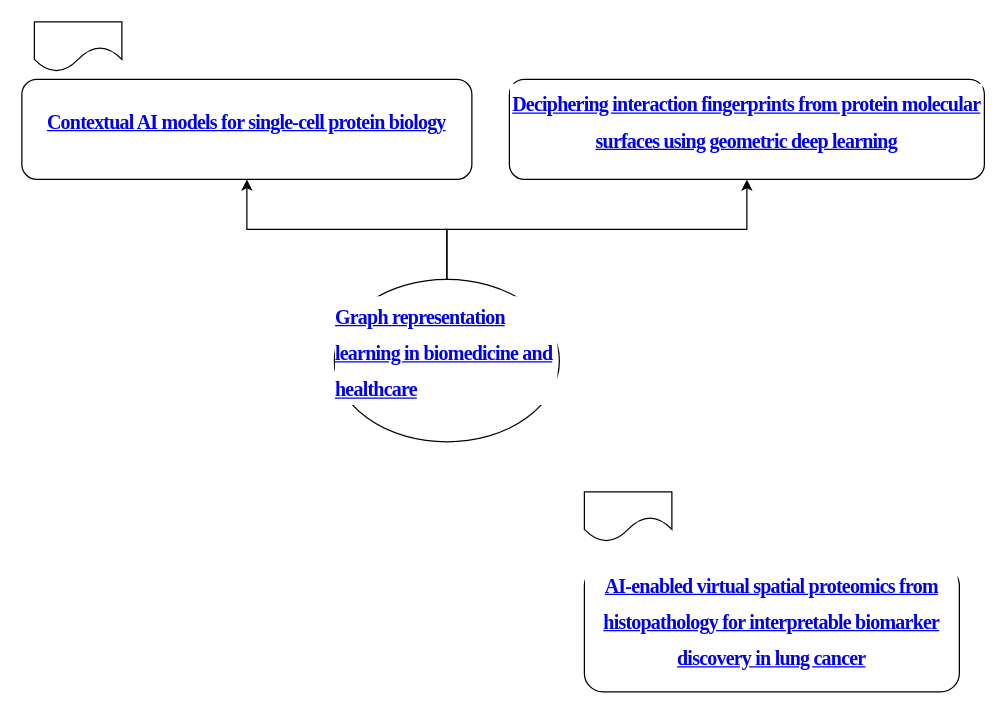
liqingbioinfo/Presentations_Public keeps this draw.io diagram as Articles/Key_articles_links.drawio. Above is the earlier version. Source tidied: cells renumbered, new cells numbered last; positions are measured from the earlier drawing's top-left corner, leaving out a move shared by most shapes. Both pictures are drawn from the tidied source at 125%, with x=0, y=0 at pixel (21, 21).
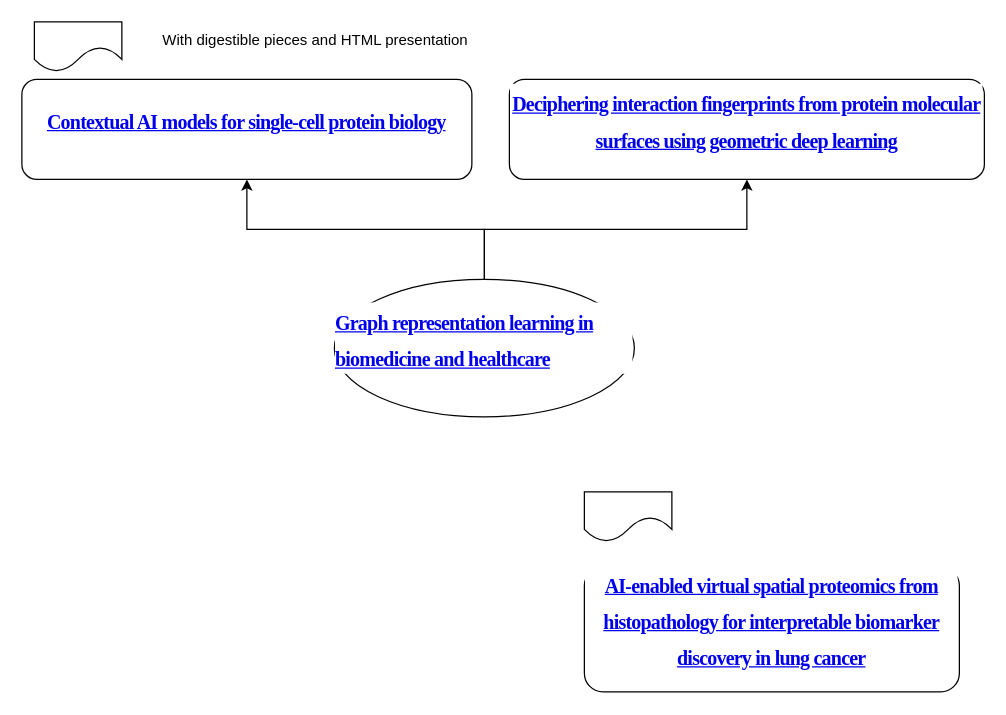
The same diagram, later.

Diff of the diagram source:
```diff
@@
 <mxGraphModel>
   <root>
     <mxCell id="0" />
     <mxCell id="1" parent="0" />
     <mxCell id="2" style="edgeStyle=orthogonalEdgeStyle;rounded=0;jettySize=auto;html=1;exitX=0.5;exitY=0;exitDx=0;exitDy=0;entryX=0.5;entryY=1;entryDx=0;entryDy=0;" parent="1" edge="1" source="4" target="6">
       <mxGeometry relative="1" as="geometry" />
     </mxCell>
     <mxCell id="3" style="edgeStyle=orthogonalEdgeStyle;rounded=0;jettySize=auto;html=1;exitX=0.5;exitY=0;exitDx=0;exitDy=0;" parent="1" edge="1" source="4" target="5">
       <mxGeometry relative="1" as="geometry" />
     </mxCell>
     <mxCell id="4" value="&lt;h1 class=&quot;c-article-title&quot; style=&quot;margin: 0px 0px 16px; -webkit-font-smoothing: antialiased; font-family: Harding, Palatino, serif; letter-spacing: min(max(-0.0117156rem, 4vw), -0.0390625rem); line-height: 1.2; box-sizing: inherit; color: rgb(34, 34, 34); text-align: start; background-color: rgb(255, 255, 255);&quot;&gt;&lt;font style=&quot;font-size: 16px;&quot;&gt;&lt;a href=&quot;https://www.nature.com/articles/s41551-022-00942-x&quot;&gt;Graph representation learning in biomedicine and healthcare&lt;/a&gt;&lt;/font&gt;&lt;/h1&gt;" style="ellipse;whiteSpace=wrap;html=1;" parent="1" vertex="1">
-      <mxGeometry x="250" y="206" width="180" height="130" as="geometry" />
+      <mxGeometry x="250" y="206" width="240" height="110" as="geometry" />
     </mxCell>
     <mxCell id="5" value="&lt;h1 class=&quot;c-article-title&quot; style=&quot;margin: 0px 0px 16px; -webkit-font-smoothing: antialiased; font-family: Harding, Palatino, serif; letter-spacing: min(max(-0.0117156rem, 4vw), -0.0390625rem); line-height: 1.2; box-sizing: inherit; color: rgb(34, 34, 34); background-color: rgb(255, 255, 255);&quot;&gt;&lt;font style=&quot;font-size: 16px;&quot;&gt;&lt;a href=&quot;https://www.nature.com/articles/s41592-019-0666-6&quot;&gt;Deciphering interaction fingerprints from protein molecular surfaces using geometric deep learning&lt;/a&gt;&lt;/font&gt;&lt;/h1&gt;" style="rounded=1;whiteSpace=wrap;html=1;align=center;" parent="1" vertex="1">
       <mxGeometry x="390" y="46" width="380" height="80" as="geometry" />
     </mxCell>
     <mxCell id="6" value="&lt;h1 class=&quot;c-article-title&quot; style=&quot;margin: 0px 0px 16px; -webkit-font-smoothing: antialiased; font-family: Harding, Palatino, serif; letter-spacing: min(max(-0.0117156rem, 4vw), -0.0390625rem); line-height: 1.2; box-sizing: inherit; color: rgb(34, 34, 34); text-align: start; background-color: rgb(255, 255, 255);&quot;&gt;&lt;font style=&quot;font-size: 16px;&quot;&gt;&lt;a href=&quot;https://www.nature.com/articles/s41551-022-00942-x&quot;&gt;Contextual AI models for single-cell protein biology&lt;/a&gt;&lt;/font&gt;&lt;/h1&gt;" style="rounded=1;whiteSpace=wrap;html=1;align=center;" parent="1" vertex="1">
       <mxGeometry y="46" width="360" height="80" as="geometry" />
     </mxCell>
     <mxCell id="7" style="shape=document;whiteSpace=wrap;html=1;boundedLbl=1;size=0.5;" parent="1" vertex="1">
       <mxGeometry x="10" width="70" height="40" as="geometry" />
     </mxCell>
     <mxCell id="8" value="&lt;h1 class=&quot;c-article-title&quot; style=&quot;margin: 0px 0px 16px; -webkit-font-smoothing: antialiased; font-family: Harding, Palatino, serif; letter-spacing: min(max(-0.0117156rem, 4vw), -0.0390625rem); line-height: 1.2; box-sizing: inherit; color: rgb(34, 34, 34); background-color: rgb(255, 255, 255);&quot;&gt;&lt;font style=&quot;font-size: 16px;&quot;&gt;&lt;a href=&quot;https://www.nature.com/articles/s41591-025-04060-4&quot;&gt;AI-enabled virtual spatial proteomics from histopathology for interpretable biomarker discovery in lung cancer&lt;/a&gt;&lt;/font&gt;&lt;/h1&gt;" style="rounded=1;whiteSpace=wrap;html=1;align=center;" parent="1" vertex="1">
       <mxGeometry x="450" y="436" width="300" height="100" as="geometry" />
     </mxCell>
     <mxCell id="9" style="shape=document;whiteSpace=wrap;html=1;boundedLbl=1;size=0.5;" parent="1" vertex="1">
       <mxGeometry x="450" y="376" width="70" height="40" as="geometry" />
     </mxCell>
+    <mxCell id="10" value="With digestible pieces and HTML presentation" style="text;html=1;whiteSpace=wrap;strokeColor=none;fillColor=none;align=center;verticalAlign=middle;rounded=0;" parent="1" vertex="1">
+      <mxGeometry x="90" width="290" height="30" as="geometry" />
+    </mxCell>
   </root>
 </mxGraphModel>
```
